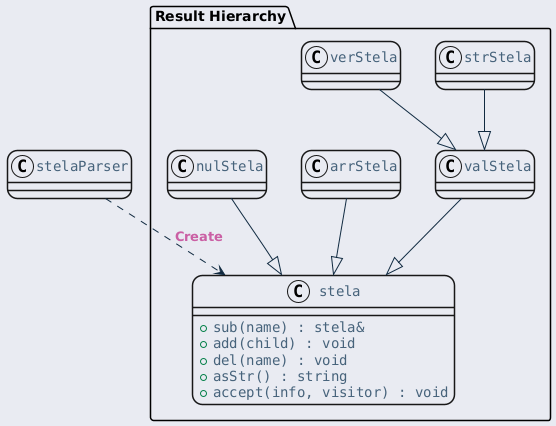
Earlier version of the PlantUML export ref/generated/ko/inline_umlgraph_16.png (byeolang/website).
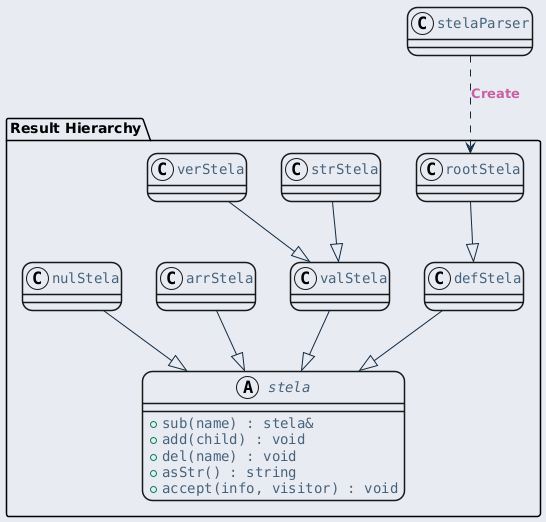
The same diagram one commit later.

Diff of the diagram source:
```diff
@@ -24,7 +24,7 @@
 }
 </style>
 package "Result Hierarchy" {
-    class "stela" as stela {
+    abstract class "stela" as stela {
         + sub(name) : stela&
         + add(child) : void
         + del(name) : void
@@ -32,6 +32,8 @@
         + accept(info, visitor) : void
     }
 
+    class "defStela" as defStela
+    class "rootStela" as rootStela
     class "valStela" as valStela
     class "strStela" as strStela
     class "verStela" as verStela
@@ -39,11 +41,13 @@
     class "nulStela" as nulStela
 }
 
-stelaParser ..> stela : Create
+stelaParser ..> rootStela : Create
 
+defStela --|> stela
 valStela --|> stela
 arrStela --|> stela
 nulStela --|> stela
+rootStela --|> defStela
 strStela --|> valStela
 verStela --|> valStela
 @enduml
```
